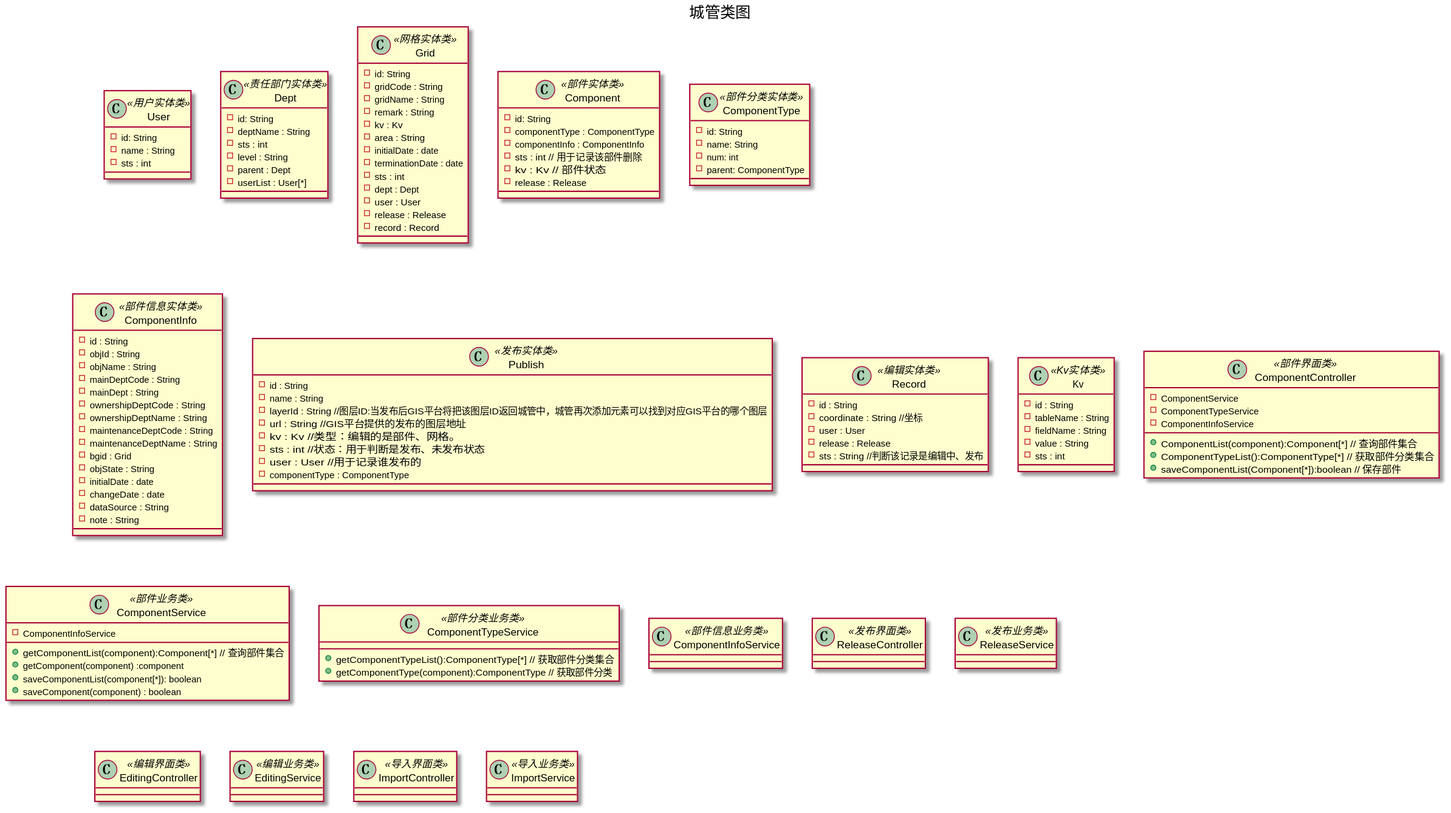
Above: doc/ClassUml/城管类图/城管类图.svg in missaouib/urban-management-platform (PlantUML), before the change.
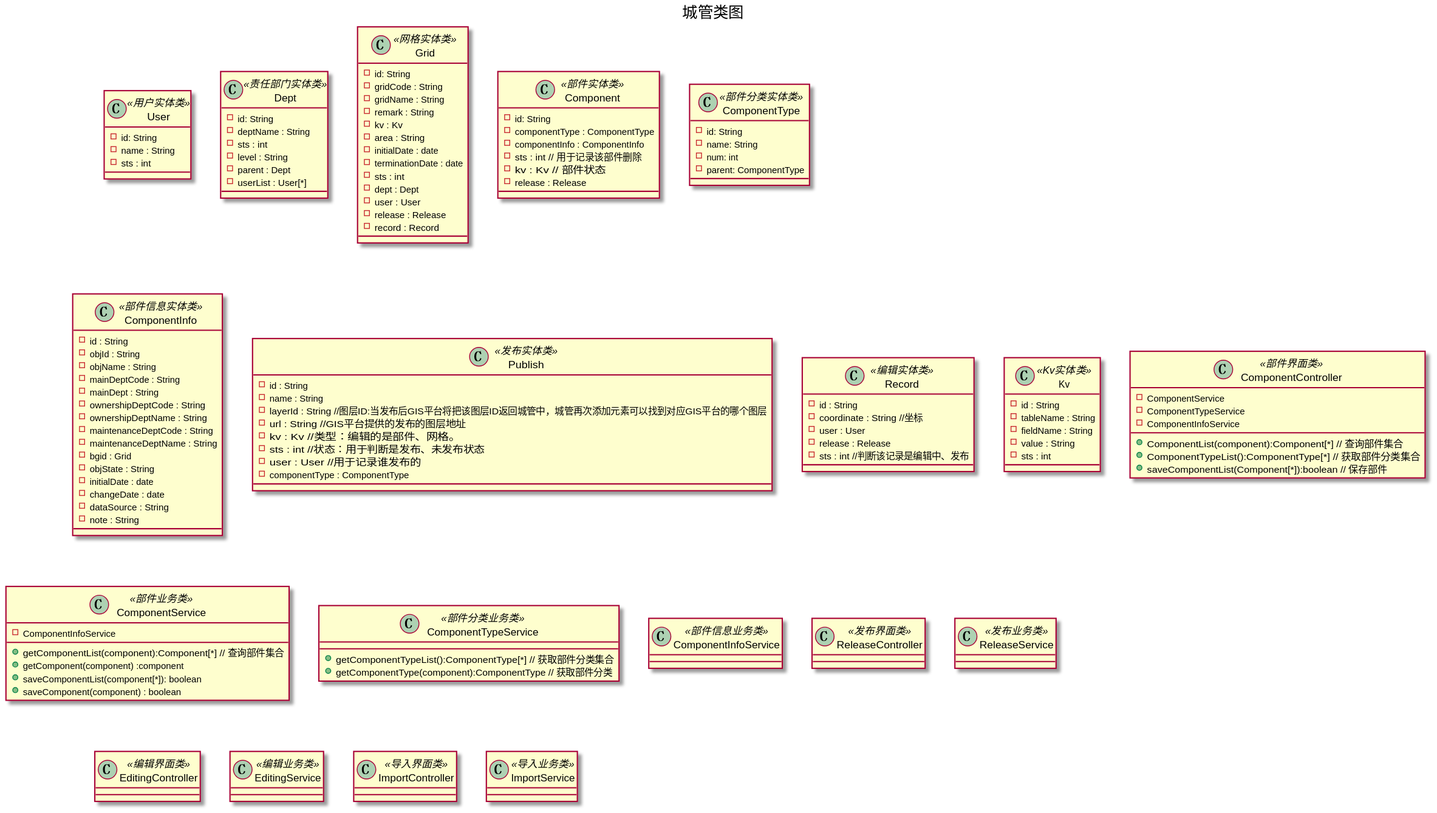
The same diagram one commit later.

Commit message:
城管类图 修改sts类型

Change to the diagram source:
```diff
@@ -80,7 +80,7 @@
     -coordinate : String  //坐标
     -user : User
     -release : Release
-    -sts : String //判断该记录是编辑中、发布
+    -sts : int //判断该记录是编辑中、发布
 }
 
 class Kv<<Kv实体类>>{
```
